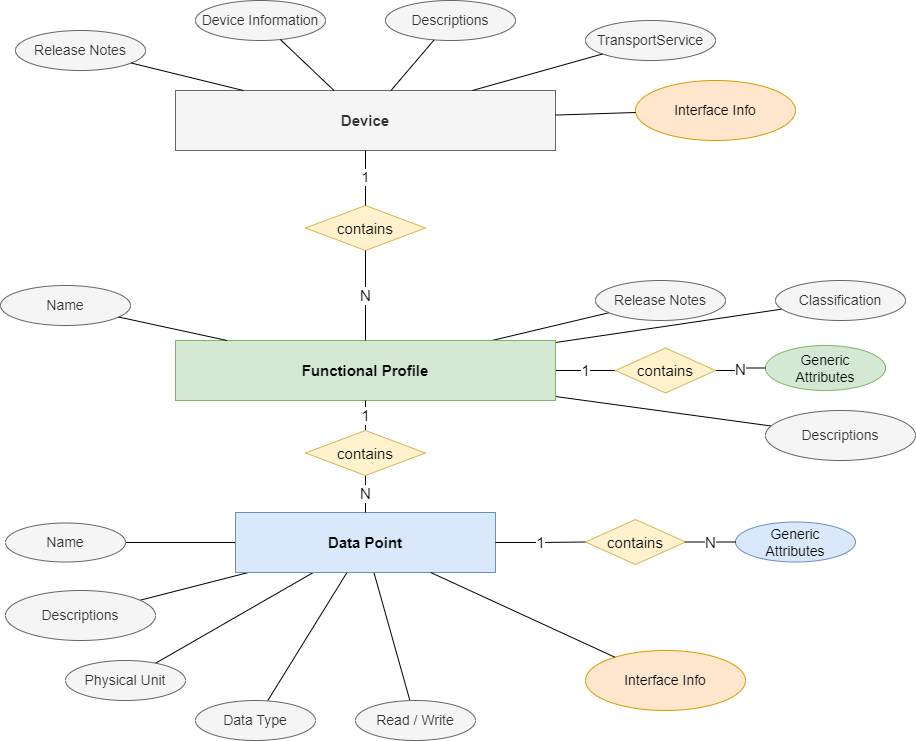
This is doc/product.drawio.png from SmartgridReady/SGrSpecifications, a draw.io export, as it was before one commit. Source tidied: cells renumbered, new cells last; positions are measured from the earlier drawing's top-left corner, leaving out a move shared by most shapes.
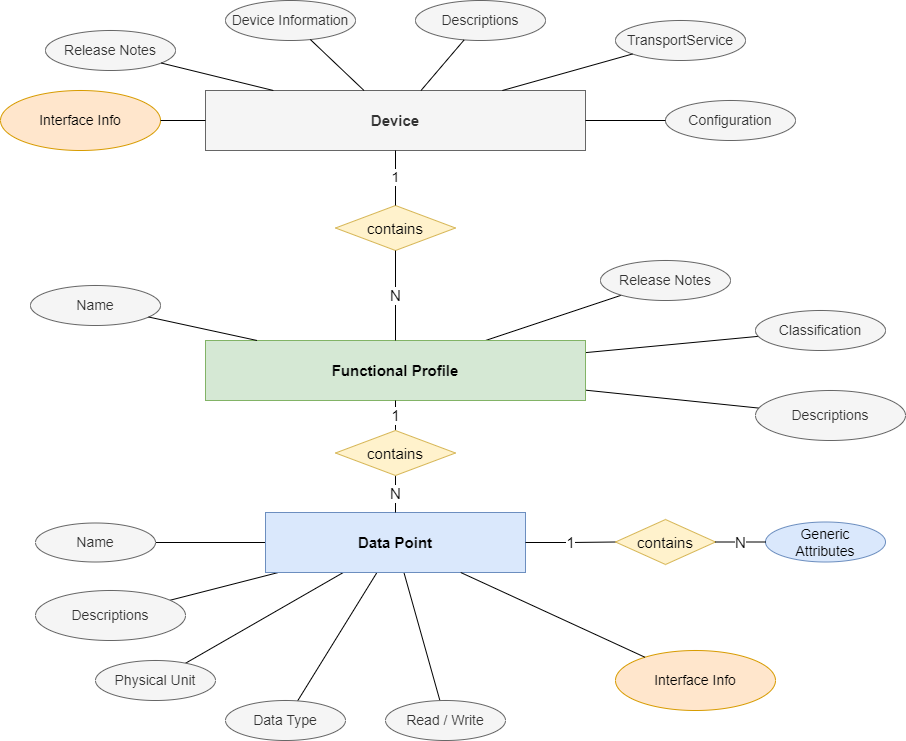
The same diagram one commit later.

Commit message:
Consolidation of Product Documentation

What changed in the source:
```diff
@@ -11,21 +11,15 @@
     <mxCell id="4" style="edgeStyle=none;rounded=0;jettySize=auto;html=1;strokeColor=default;fontSize=12;endArrow=none;endFill=0;" parent="1" edge="1" source="6" target="16">
       <mxGeometry relative="1" as="geometry" />
     </mxCell>
-    <mxCell id="5" value="1" style="edgeStyle=orthogonalEdgeStyle;rounded=0;jettySize=auto;html=1;strokeColor=default;fontSize=15;endArrow=none;endFill=0;entryX=0;entryY=0.5;entryDx=0;entryDy=0;" parent="1" edge="1" source="6" target="25">
-      <mxGeometry relative="1" as="geometry" />
-    </mxCell>
     <mxCell id="6" value="Functional Profile" style="whiteSpace=wrap;html=1;align=center;fontSize=15;fillColor=#d5e8d4;strokeColor=#82b366;fontStyle=1;" parent="1" vertex="1">
       <mxGeometry x="175" y="340" width="380" height="60" as="geometry" />
     </mxCell>
     <mxCell id="7" value="Classification" style="ellipse;whiteSpace=wrap;html=1;fillColor=#f5f5f5;fontColor=#333333;strokeColor=#666666;fontSize=14;" parent="1" vertex="1">
-      <mxGeometry x="775" y="280" width="130" height="40" as="geometry" />
+      <mxGeometry x="725" y="310" width="130" height="40" as="geometry" />
     </mxCell>
     <mxCell id="8" value="Release Notes" style="ellipse;whiteSpace=wrap;html=1;fillColor=#f5f5f5;fontColor=#333333;strokeColor=#666666;fontSize=14;" parent="1" vertex="1">
-      <mxGeometry x="595" y="280" width="130" height="40" as="geometry" />
+      <mxGeometry x="570" y="260" width="130" height="40" as="geometry" />
     </mxCell>
-    <mxCell id="9" value="Generic&lt;br&gt;Attributes" style="ellipse;whiteSpace=wrap;html=1;fillColor=#d5e8d4;strokeColor=#82b366;fontSize=14;" parent="1" vertex="1">
-      <mxGeometry x="765" y="345" width="120" height="45" as="geometry" />
-    </mxCell>
     <mxCell id="10" style="edgeStyle=none;rounded=0;jettySize=auto;html=1;strokeColor=default;fontSize=12;endArrow=none;endFill=0;" parent="1" edge="1" source="15" target="17">
       <mxGeometry relative="1" as="geometry" />
     </mxCell>
@@ -45,7 +39,7 @@
       <mxGeometry x="235" y="512" width="260" height="60" as="geometry" />
     </mxCell>
     <mxCell id="16" value="Descriptions" style="ellipse;whiteSpace=wrap;html=1;fillColor=#f5f5f5;fontColor=#333333;strokeColor=#666666;fontSize=14;" parent="1" vertex="1">
-      <mxGeometry x="765" y="410" width="150" height="50" as="geometry" />
+      <mxGeometry x="725" y="390" width="150" height="50" as="geometry" />
     </mxCell>
     <mxCell id="17" value="Name" style="ellipse;whiteSpace=wrap;html=1;fillColor=#f5f5f5;fontColor=#333333;strokeColor=#666666;fontSize=14;" parent="1" vertex="1">
       <mxGeometry x="5" y="522.5" width="120" height="39" as="geometry" />
@@ -68,12 +62,6 @@
     <mxCell id="23" value="Generic&lt;br&gt;Attributes" style="ellipse;whiteSpace=wrap;html=1;fillColor=#dae8fc;strokeColor=#6c8ebf;fontSize=14;" parent="1" vertex="1">
       <mxGeometry x="735" y="521.5" width="120" height="40" as="geometry" />
     </mxCell>
-    <mxCell id="24" value="N" style="edgeStyle=orthogonalEdgeStyle;rounded=0;jettySize=auto;html=1;strokeColor=default;fontSize=15;endArrow=none;endFill=0;exitX=1;exitY=0.5;exitDx=0;exitDy=0;" parent="1" edge="1" source="25" target="9">
-      <mxGeometry relative="1" as="geometry" />
-    </mxCell>
-    <mxCell id="25" value="contains" style="shape=rhombus;perimeter=rhombusPerimeter;whiteSpace=wrap;html=1;align=center;fontSize=15;fillColor=#fff2cc;strokeColor=#d6b656;" parent="1" vertex="1">
-      <mxGeometry x="615" y="347.5" width="100" height="45" as="geometry" />
-    </mxCell>
     <mxCell id="26" value="1" style="edgeStyle=orthogonalEdgeStyle;rounded=0;jettySize=auto;html=1;strokeColor=default;fontSize=15;endArrow=none;endFill=0;exitX=0.5;exitY=0;exitDx=0;exitDy=0;" parent="1" edge="1" source="28" target="6">
       <mxGeometry relative="1" as="geometry" />
     </mxCell>
@@ -126,7 +114,7 @@
       <mxGeometry relative="1" as="geometry" />
     </mxCell>
     <mxCell id="43" value="Interface Info" style="ellipse;whiteSpace=wrap;html=1;fillColor=#ffe6cc;strokeColor=#d79b00;fontSize=14;" parent="1" vertex="1">
-      <mxGeometry x="635" y="80" width="160" height="60" as="geometry" />
+      <mxGeometry x="-30" y="90" width="160" height="60" as="geometry" />
     </mxCell>
     <mxCell id="44" style="endArrow=none;html=1;rounded=0;fontSize=14;" parent="1" edge="1" source="43" target="34">
       <mxGeometry relative="1" as="geometry" />
@@ -146,5 +134,11 @@
     <mxCell id="49" style="endArrow=none;html=1;rounded=0;fontSize=14;" parent="1" edge="1" source="48" target="34">
       <mxGeometry relative="1" as="geometry" />
     </mxCell>
+    <mxCell id="50" value="Configuration" style="ellipse;whiteSpace=wrap;html=1;fillColor=#f5f5f5;fontColor=#333333;strokeColor=#666666;fontSize=14;" parent="1" vertex="1">
+      <mxGeometry x="635" y="100" width="130" height="40" as="geometry" />
+    </mxCell>
+    <mxCell id="51" style="endArrow=none;html=1;rounded=0;fontSize=14;exitX=0;exitY=0.5;exitDx=0;exitDy=0;entryX=1;entryY=0.5;entryDx=0;entryDy=0;" parent="1" edge="1" source="50" target="34">
+      <mxGeometry relative="1" as="geometry" />
+    </mxCell>
   </root>
 </mxGraphModel>
```
